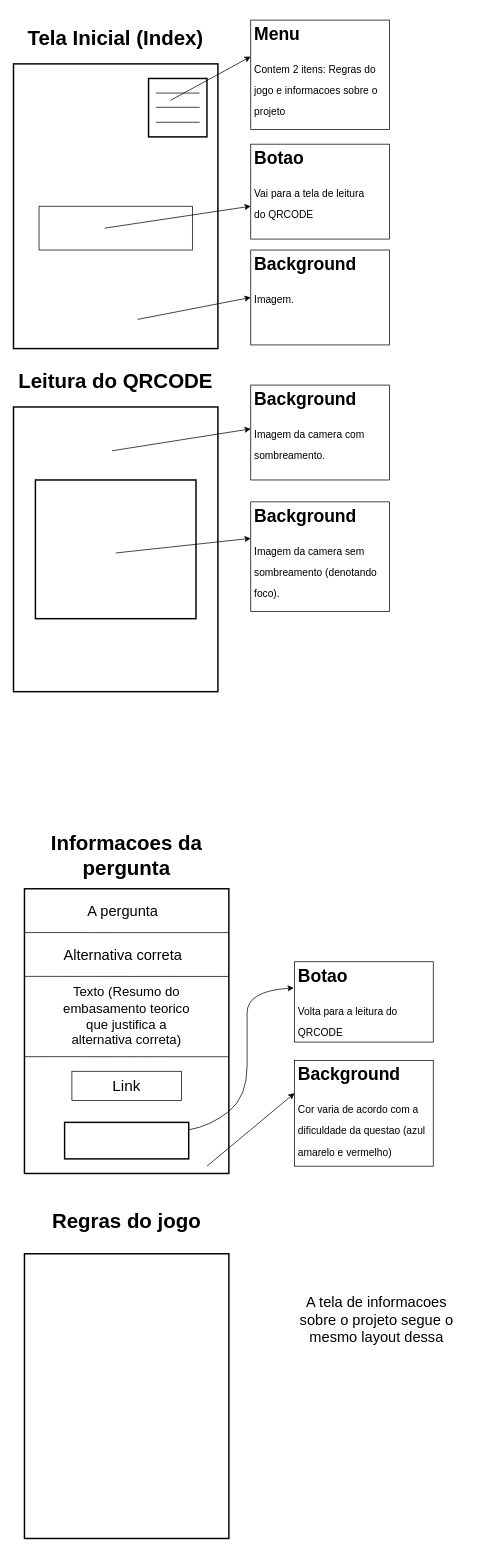
Earlier version of the draw.io diagram telas-do-app.drawio (ariel-narciso/eco-exploracao). Source tidied: cells renumbered, new cells numbered last; positions are measured from the earlier drawing's top-left corner, leaving out a move shared by most shapes. Both pictures are drawn from the tidied source at 73%, with x=0, y=0 at pixel (13, 12).
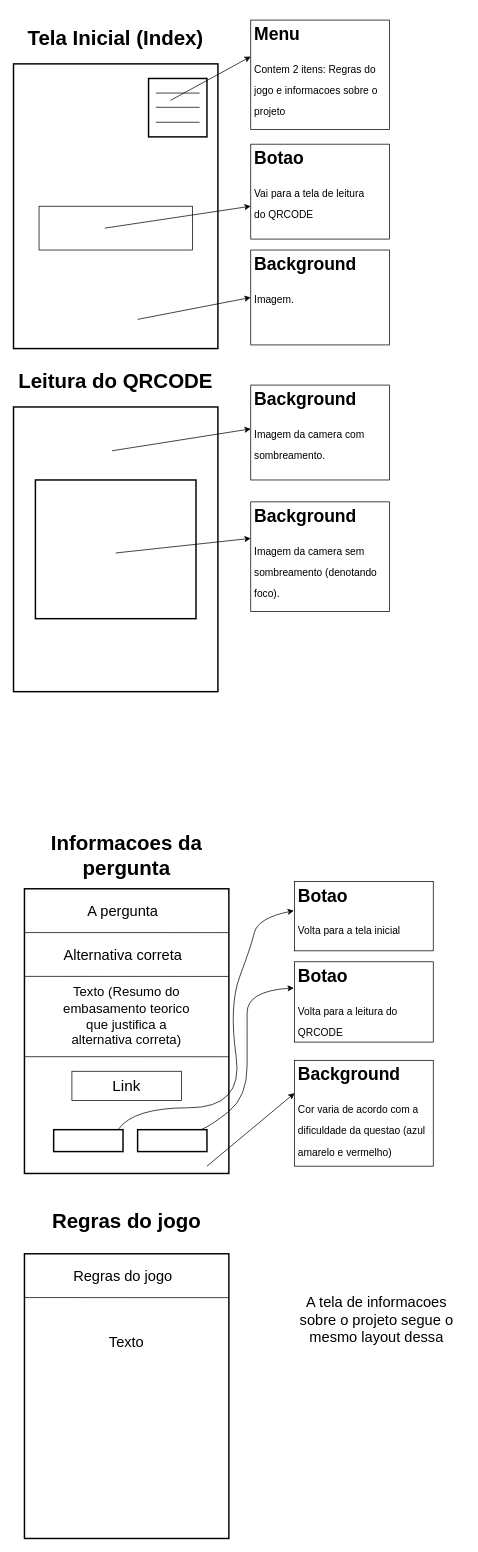
The same page after the edit.

What changed in the source:
```diff
@@
     <mxCell id="31" style="rounded=0;whiteSpace=wrap;html=1;strokeColor=#000000;strokeWidth=2;" parent="1" vertex="1">
-      <mxGeometry x="70" y="1520" width="170" height="50" as="geometry" />
+      <mxGeometry x="170" y="1530" width="95" height="30" as="geometry" />
     </mxCell>
@@
+    <mxCell id="39" style="curved=1;endArrow=classic;html=1;entryX=-0.005;entryY=0.421;entryDx=0;entryDy=0;entryPerimeter=0;exitX=0.937;exitY=-0.033;exitDx=0;exitDy=0;exitPerimeter=0;" parent="1" edge="1" source="41" target="40">
+      <mxGeometry relative="1" as="geometry">
+        <Array as="points">
+          <mxPoint x="165" y="1500" />
+          <mxPoint x="315" y="1500" />
+          <mxPoint x="295" y="1360" />
+          <mxPoint x="325" y="1280" />
+          <mxPoint x="335" y="1240" />
+        </Array>
+      </mxGeometry>
+    </mxCell>
+    <mxCell id="40" value="&lt;h1&gt;&lt;span&gt;Botao&lt;/span&gt;&lt;/h1&gt;&lt;h1&gt;&lt;span style=&quot;font-size: 14px ; font-weight: 400&quot;&gt;Volta para a tela inicial&lt;/span&gt;&lt;/h1&gt;" style="text;html=1;strokeColor=#000000;fillColor=none;spacing=5;spacingTop=-20;whiteSpace=wrap;overflow=hidden;rounded=0;strokeWidth=1;" parent="1" vertex="1">
+      <mxGeometry x="385" y="1190" width="190" height="95" as="geometry" />
+    </mxCell>
+    <mxCell id="41" style="rounded=0;whiteSpace=wrap;html=1;strokeColor=#000000;strokeWidth=2;" parent="1" vertex="1">
+      <mxGeometry x="55" y="1530" width="95" height="30" as="geometry" />
+    </mxCell>
+    <mxCell id="42" style="endArrow=none;html=1;entryX=1;entryY=0.154;entryDx=0;entryDy=0;entryPerimeter=0;" parent="1" edge="1">
+      <mxGeometry relative="1" as="geometry">
+        <mxPoint x="15" y="1760" as="sourcePoint" />
+        <mxPoint x="295" y="1760.1" as="targetPoint" />
+      </mxGeometry>
+    </mxCell>
+    <mxCell id="43" value="&lt;font style=&quot;font-size: 20px&quot;&gt;Regras do jogo&lt;br&gt;&lt;/font&gt;" style="text;html=1;strokeColor=none;fillColor=none;align=center;verticalAlign=middle;whiteSpace=wrap;rounded=0;" parent="1" vertex="1">
+      <mxGeometry x="55" y="1710" width="190" height="40" as="geometry" />
+    </mxCell>
+    <mxCell id="44" value="&lt;font style=&quot;font-size: 20px&quot;&gt;Texto&lt;br&gt;&lt;/font&gt;" style="text;html=1;strokeColor=none;fillColor=none;align=center;verticalAlign=middle;whiteSpace=wrap;rounded=0;" parent="1" vertex="1">
+      <mxGeometry x="60" y="1800" width="190" height="40" as="geometry" />
+    </mxCell>
```
